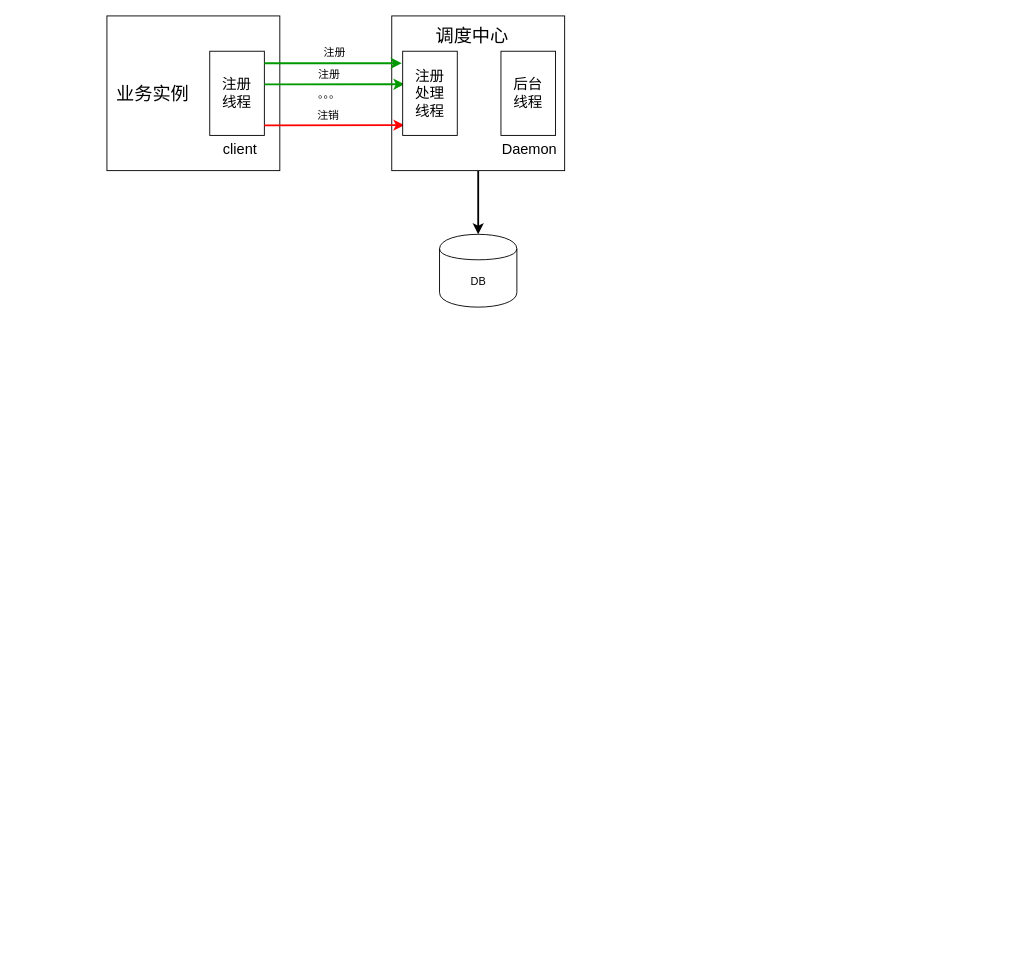
waterystone/draw_io keeps this draw.io diagram as zz/zzschedule/zzschedule.drawio. Above is the earlier version. Source tidied: cells renumbered, new cells numbered last; positions are measured from the earlier drawing's top-left corner, leaving out a move shared by most shapes. Both pictures are drawn from the tidied source at 91%, with x=0, y=0 at pixel (106, 15).
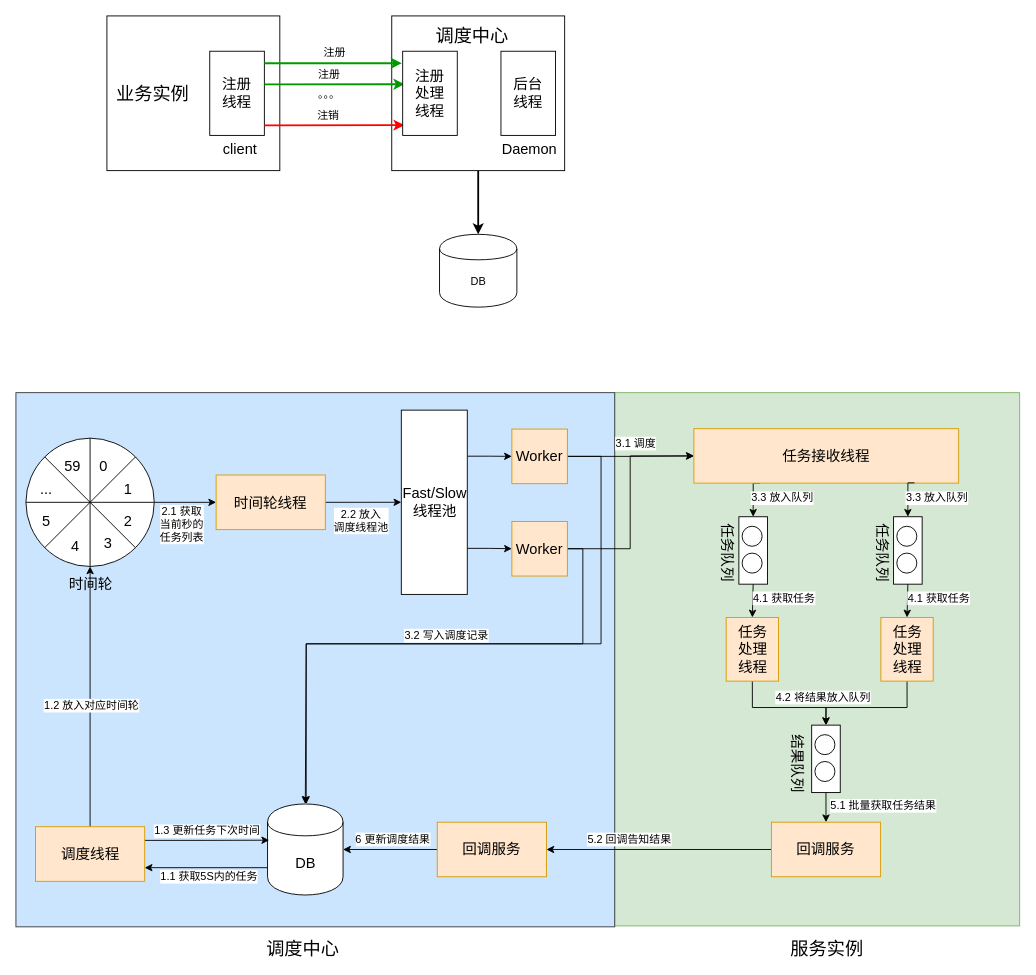
After the change.

What changed in the source:
```diff
@@
+    <mxCell id="20" style="rounded=0;whiteSpace=wrap;html=1;strokeColor=#82b366;strokeWidth=1;fillColor=#d5e8d4;" parent="1" vertex="1">
+      <mxGeometry x="558" y="414" width="445" height="586" as="geometry" />
+    </mxCell>
+    <mxCell id="21" style="rounded=0;whiteSpace=wrap;html=1;strokeColor=#36393d;strokeWidth=1;fillColor=#cce5ff;" parent="1" vertex="1">
+      <mxGeometry x="-100" y="414" width="658" height="587" as="geometry" />
+    </mxCell>
@@
+    <mxCell id="22" style="edgeStyle=orthogonalEdgeStyle;rounded=0;jettySize=auto;html=1;exitX=0;exitY=0.7;exitDx=0;exitDy=0;entryX=1;entryY=0.75;entryDx=0;entryDy=0;strokeColor=#000000;strokeWidth=1;" parent="1" edge="1" source="24" target="29">
+      <mxGeometry relative="1" as="geometry" />
+    </mxCell>
+    <mxCell id="23" value="1.1 获取5S内的任务" style="text;html=1;align=center;verticalAlign=middle;labelBackgroundColor=#ffffff;" parent="22" vertex="1">
+      <mxGeometry x="-0.06" y="4" relative="1" as="geometry">
+        <mxPoint x="-1.9" y="5.7" as="offset" />
+      </mxGeometry>
+    </mxCell>
+    <mxCell id="24" value="&lt;font style=&quot;font-size: 16px&quot;&gt;DB&lt;/font&gt;" style="shape=cylinder;whiteSpace=wrap;html=1;boundedLbl=1;backgroundOutline=1;" parent="1" vertex="1">
+      <mxGeometry x="176.5" y="866" width="83" height="100" as="geometry" />
+    </mxCell>
+    <mxCell id="25" style="edgeStyle=orthogonalEdgeStyle;rounded=0;jettySize=auto;html=1;exitX=0.5;exitY=0;exitDx=0;exitDy=0;entryX=0.5;entryY=1;entryDx=0;entryDy=0;entryPerimeter=0;strokeColor=#000000;strokeWidth=1;" parent="1" edge="1" source="29" target="32">
+      <mxGeometry relative="1" as="geometry" />
+    </mxCell>
+    <mxCell id="26" value="1.2 放入对应时间轮" style="text;html=1;align=center;verticalAlign=middle;labelBackgroundColor=#ffffff;" parent="25" vertex="1">
+      <mxGeometry x="-0.35" y="2" relative="1" as="geometry">
+        <mxPoint x="2.6" y="-40.9" as="offset" />
+      </mxGeometry>
+    </mxCell>
+    <mxCell id="27" style="edgeStyle=orthogonalEdgeStyle;rounded=0;jettySize=auto;html=1;exitX=1;exitY=0.25;exitDx=0;exitDy=0;entryX=0.022;entryY=0.398;entryDx=0;entryDy=0;entryPerimeter=0;strokeColor=#000000;strokeWidth=1;" parent="1" edge="1" source="29" target="24">
+      <mxGeometry relative="1" as="geometry" />
+    </mxCell>
+    <mxCell id="28" value="1.3 更新任务下次时间" style="text;html=1;align=center;verticalAlign=middle;labelBackgroundColor=#ffffff;" parent="27" vertex="1">
+      <mxGeometry x="-0.29" y="-1" relative="1" as="geometry">
+        <mxPoint x="18.6" y="-11.8" as="offset" />
+      </mxGeometry>
+    </mxCell>
+    <mxCell id="29" value="&lt;font style=&quot;font-size: 16px&quot;&gt;调度线程&lt;/font&gt;" style="rounded=0;whiteSpace=wrap;html=1;strokeColor=#d79b00;fillColor=#ffe6cc;" parent="1" vertex="1">
+      <mxGeometry x="-78.5" y="891" width="120" height="60" as="geometry" />
+    </mxCell>
+    <mxCell id="30" style="edgeStyle=orthogonalEdgeStyle;rounded=0;jettySize=auto;html=1;entryX=0;entryY=0.5;entryDx=0;entryDy=0;strokeColor=#000000;strokeWidth=1;" parent="1" edge="1" source="32" target="46">
+      <mxGeometry relative="1" as="geometry" />
+    </mxCell>
+    <mxCell id="31" value="2.1 获取&lt;br&gt;当前秒的&lt;br&gt;任务列表" style="text;html=1;align=center;verticalAlign=middle;labelBackgroundColor=#ffffff;" parent="30" vertex="1">
+      <mxGeometry x="0.01" y="-2" relative="1" as="geometry">
+        <mxPoint x="-4.1" y="21.8" as="offset" />
+      </mxGeometry>
+    </mxCell>
+    <mxCell id="32" style="verticalLabelPosition=bottom;verticalAlign=top;html=1;shape=mxgraph.flowchart.summing_function;" parent="1" vertex="1">
+      <mxGeometry x="-89" y="464" width="141" height="141" as="geometry" />
+    </mxCell>
+    <mxCell id="33" style="endArrow=none;html=1;strokeColor=#000000;strokeWidth=1;exitX=0.145;exitY=0.855;exitDx=0;exitDy=0;exitPerimeter=0;entryX=0.855;entryY=0.145;entryDx=0;entryDy=0;entryPerimeter=0;" parent="1" edge="1" source="32" target="32">
+      <mxGeometry relative="1" as="geometry" />
+    </mxCell>
+    <mxCell id="34" style="endArrow=none;html=1;strokeColor=#000000;strokeWidth=1;exitX=0.145;exitY=0.145;exitDx=0;exitDy=0;exitPerimeter=0;entryX=0.855;entryY=0.855;entryDx=0;entryDy=0;entryPerimeter=0;" parent="1" edge="1" source="32" target="32">
+      <mxGeometry relative="1" as="geometry" />
+    </mxCell>
+    <mxCell id="35" value="&lt;font style=&quot;font-size: 16px&quot;&gt;0&lt;/font&gt;" style="text;html=1;align=center;verticalAlign=middle;" parent="1" vertex="1">
+      <mxGeometry x="-14" y="485" width="19" height="19" as="geometry" />
+    </mxCell>
+    <mxCell id="36" value="&lt;font style=&quot;font-size: 16px&quot;&gt;1&lt;/font&gt;" style="text;html=1;align=center;verticalAlign=middle;" parent="1" vertex="1">
+      <mxGeometry x="13" y="510" width="19" height="19" as="geometry" />
+    </mxCell>
+    <mxCell id="37" value="&lt;font style=&quot;font-size: 16px&quot;&gt;2&lt;/font&gt;" style="text;html=1;align=center;verticalAlign=middle;" parent="1" vertex="1">
+      <mxGeometry x="13" y="545" width="19" height="19" as="geometry" />
+    </mxCell>
+    <mxCell id="38" value="&lt;font style=&quot;font-size: 16px&quot;&gt;3&lt;/font&gt;" style="text;html=1;align=center;verticalAlign=middle;" parent="1" vertex="1">
+      <mxGeometry x="-9" y="569" width="19" height="19" as="geometry" />
+    </mxCell>
+    <mxCell id="39" value="&lt;font style=&quot;font-size: 16px&quot;&gt;4&lt;/font&gt;" style="text;html=1;align=center;verticalAlign=middle;" parent="1" vertex="1">
+      <mxGeometry x="-44.5" y="573" width="19" height="19" as="geometry" />
+    </mxCell>
+    <mxCell id="40" value="&lt;font style=&quot;font-size: 16px&quot;&gt;5&lt;/font&gt;" style="text;html=1;align=center;verticalAlign=middle;" parent="1" vertex="1">
+      <mxGeometry x="-77" y="545" width="19" height="19" as="geometry" />
+    </mxCell>
+    <mxCell id="41" value="&lt;span style=&quot;font-size: 16px&quot;&gt;...&lt;/span&gt;" style="text;html=1;align=center;verticalAlign=middle;" parent="1" vertex="1">
+      <mxGeometry x="-79" y="510" width="23" height="19" as="geometry" />
+    </mxCell>
+    <mxCell id="42" value="&lt;font style=&quot;font-size: 16px&quot;&gt;59&lt;/font&gt;" style="text;html=1;align=center;verticalAlign=middle;" parent="1" vertex="1">
+      <mxGeometry x="-52" y="485" width="28" height="19" as="geometry" />
+    </mxCell>
+    <mxCell id="43" value="&lt;span style=&quot;font-size: 16px&quot;&gt;时间轮&lt;/span&gt;" style="text;html=1;align=center;verticalAlign=middle;" parent="1" vertex="1">
+      <mxGeometry x="-47.5" y="614" width="58" height="19" as="geometry" />
+    </mxCell>
+    <mxCell id="44" style="edgeStyle=orthogonalEdgeStyle;rounded=0;jettySize=auto;html=1;exitX=1;exitY=0.5;exitDx=0;exitDy=0;entryX=0;entryY=0.5;entryDx=0;entryDy=0;strokeColor=#000000;strokeWidth=1;" parent="1" edge="1" source="46" target="49">
+      <mxGeometry relative="1" as="geometry" />
+    </mxCell>
+    <mxCell id="45" value="2.2 放入&lt;br&gt;调度线程池" style="text;html=1;align=center;verticalAlign=middle;labelBackgroundColor=#ffffff;" parent="44" vertex="1">
+      <mxGeometry x="-0.15" y="2" relative="1" as="geometry">
+        <mxPoint x="3.9" y="22.3" as="offset" />
+      </mxGeometry>
+    </mxCell>
+    <mxCell id="46" value="&lt;font style=&quot;font-size: 16px&quot;&gt;时间轮线程&lt;/font&gt;" style="rounded=0;whiteSpace=wrap;html=1;strokeColor=#d79b00;fillColor=#ffe6cc;" parent="1" vertex="1">
+      <mxGeometry x="120" y="504.5" width="120" height="60" as="geometry" />
+    </mxCell>
+    <mxCell id="47" style="edgeStyle=orthogonalEdgeStyle;rounded=0;jettySize=auto;html=1;exitX=1;exitY=0.25;exitDx=0;exitDy=0;entryX=0;entryY=0.5;entryDx=0;entryDy=0;strokeColor=#000000;strokeWidth=1;" parent="1" edge="1" source="49" target="52">
+      <mxGeometry relative="1" as="geometry" />
+    </mxCell>
+    <mxCell id="48" style="edgeStyle=orthogonalEdgeStyle;rounded=0;jettySize=auto;html=1;exitX=1;exitY=0.75;exitDx=0;exitDy=0;entryX=0;entryY=0.5;entryDx=0;entryDy=0;strokeColor=#000000;strokeWidth=1;" parent="1" edge="1" source="49" target="65">
+      <mxGeometry relative="1" as="geometry" />
+    </mxCell>
+    <mxCell id="49" value="&lt;font style=&quot;font-size: 16px&quot;&gt;Fast/Slow线程池&lt;/font&gt;" style="rounded=0;whiteSpace=wrap;html=1;strokeColor=#000000;" parent="1" vertex="1">
+      <mxGeometry x="323.5" y="433.2" width="72.5" height="202.5" as="geometry" />
+    </mxCell>
+    <mxCell id="50" style="edgeStyle=orthogonalEdgeStyle;rounded=0;jettySize=auto;html=1;exitX=1;exitY=0.5;exitDx=0;exitDy=0;entryX=0;entryY=0.5;entryDx=0;entryDy=0;strokeColor=#000000;strokeWidth=1;" parent="1" edge="1" source="52" target="55">
+      <mxGeometry relative="1" as="geometry" />
+    </mxCell>
+    <mxCell id="51" style="edgeStyle=orthogonalEdgeStyle;rounded=0;jettySize=auto;html=1;exitX=1;exitY=0.5;exitDx=0;exitDy=0;strokeColor=#000000;strokeWidth=1;" parent="1" edge="1" source="52" target="24">
+      <mxGeometry relative="1" as="geometry">
+        <Array as="points">
+          <mxPoint x="543" y="484" />
+          <mxPoint x="543" y="690" />
+          <mxPoint x="219" y="690" />
+        </Array>
+      </mxGeometry>
+    </mxCell>
+    <mxCell id="52" value="&lt;font style=&quot;font-size: 16px&quot;&gt;Worker&lt;/font&gt;" style="rounded=0;whiteSpace=wrap;html=1;strokeColor=#d79b00;fillColor=#ffe6cc;" parent="1" vertex="1">
+      <mxGeometry x="445" y="454" width="61" height="60" as="geometry" />
+    </mxCell>
+    <mxCell id="53" style="edgeStyle=orthogonalEdgeStyle;rounded=0;jettySize=auto;html=1;exitX=0.25;exitY=1;exitDx=0;exitDy=0;entryX=1;entryY=0.5;entryDx=0;entryDy=0;strokeColor=#000000;strokeWidth=1;" parent="1" edge="1" source="55" target="67">
+      <mxGeometry relative="1" as="geometry" />
+    </mxCell>
+    <mxCell id="54" value="3.3 放入队列" style="text;html=1;align=center;verticalAlign=middle;labelBackgroundColor=#ffffff;" parent="53" vertex="1">
+      <mxGeometry x="-0.16" y="-1" relative="1" as="geometry">
+        <mxPoint x="32.6" y="4.2" as="offset" />
+      </mxGeometry>
+    </mxCell>
+    <mxCell id="55" value="&lt;span style=&quot;font-size: 16px&quot;&gt;任务接收线程&lt;br&gt;&lt;/span&gt;" style="rounded=0;whiteSpace=wrap;html=1;strokeColor=#d79b00;fillColor=#ffe6cc;" parent="1" vertex="1">
+      <mxGeometry x="645" y="453.6" width="291" height="59.8" as="geometry" />
+    </mxCell>
+    <mxCell id="56" style="edgeStyle=orthogonalEdgeStyle;rounded=0;jettySize=auto;html=1;exitX=0.5;exitY=1;exitDx=0;exitDy=0;entryX=1;entryY=0.5;entryDx=0;entryDy=0;strokeColor=#000000;strokeWidth=1;" parent="1" edge="1" source="57" target="72">
+      <mxGeometry relative="1" as="geometry">
+        <Array as="points">
+          <mxPoint x="709" y="760" />
+          <mxPoint x="790" y="760" />
+        </Array>
+      </mxGeometry>
+    </mxCell>
+    <mxCell id="57" value="&lt;span style=&quot;font-size: 16px&quot;&gt;任务&lt;br&gt;处理&lt;br&gt;线程&lt;br&gt;&lt;/span&gt;" style="rounded=0;whiteSpace=wrap;html=1;strokeColor=#d79b00;fillColor=#ffe6cc;" parent="1" vertex="1">
+      <mxGeometry x="680.5" y="661" width="57.5" height="70" as="geometry" />
+    </mxCell>
+    <mxCell id="58" style="edgeStyle=orthogonalEdgeStyle;rounded=0;jettySize=auto;html=1;exitX=0;exitY=0.5;exitDx=0;exitDy=0;entryX=1;entryY=0.5;entryDx=0;entryDy=0;strokeColor=#000000;strokeWidth=1;" parent="1" edge="1" source="60" target="24">
+      <mxGeometry relative="1" as="geometry" />
+    </mxCell>
+    <mxCell id="59" value="6 更新调度结果" style="text;html=1;align=center;verticalAlign=middle;labelBackgroundColor=#ffffff;" parent="58" vertex="1">
+      <mxGeometry x="0.13" y="-5" relative="1" as="geometry">
+        <mxPoint x="8.5" y="-6.6" as="offset" />
+      </mxGeometry>
+    </mxCell>
+    <mxCell id="60" value="&lt;font style=&quot;font-size: 16px&quot;&gt;回调服务&lt;/font&gt;" style="rounded=0;whiteSpace=wrap;html=1;strokeColor=#d79b00;fillColor=#ffe6cc;" parent="1" vertex="1">
+      <mxGeometry x="363" y="886" width="120" height="60" as="geometry" />
+    </mxCell>
+    <mxCell id="61" style="edgeStyle=orthogonalEdgeStyle;rounded=0;jettySize=auto;html=1;exitX=1;exitY=0.5;exitDx=0;exitDy=0;entryX=0;entryY=0.5;entryDx=0;entryDy=0;strokeColor=#000000;strokeWidth=1;" parent="1" edge="1" source="65" target="55">
+      <mxGeometry relative="1" as="geometry">
+        <Array as="points">
+          <mxPoint x="575" y="585" />
+          <mxPoint x="575" y="484" />
+        </Array>
+      </mxGeometry>
+    </mxCell>
+    <mxCell id="62" value="3.1 调度" style="text;html=1;align=center;verticalAlign=middle;labelBackgroundColor=#ffffff;" parent="61" vertex="1">
+      <mxGeometry x="0.59" y="1" relative="1" as="geometry">
+        <mxPoint x="-15.1" y="-12.7" as="offset" />
+      </mxGeometry>
+    </mxCell>
+    <mxCell id="63" style="edgeStyle=orthogonalEdgeStyle;rounded=0;jettySize=auto;html=1;exitX=1;exitY=0.5;exitDx=0;exitDy=0;entryX=0.5;entryY=0;entryDx=0;entryDy=0;strokeColor=#000000;strokeWidth=1;" parent="1" edge="1" source="65" target="24">
+      <mxGeometry relative="1" as="geometry">
+        <Array as="points">
+          <mxPoint x="523" y="585" />
+          <mxPoint x="523" y="690" />
+          <mxPoint x="219" y="690" />
+        </Array>
+      </mxGeometry>
+    </mxCell>
+    <mxCell id="64" value="3.2 写入调度记录" style="text;html=1;align=center;verticalAlign=middle;labelBackgroundColor=#ffffff;" parent="63" vertex="1">
+      <mxGeometry x="-0.2" y="-1" relative="1" as="geometry">
+        <mxPoint x="-31.5" y="-8.5" as="offset" />
+      </mxGeometry>
+    </mxCell>
+    <mxCell id="65" value="&lt;font style=&quot;font-size: 16px&quot;&gt;Worker&lt;/font&gt;" style="rounded=0;whiteSpace=wrap;html=1;strokeColor=#d79b00;fillColor=#ffe6cc;" parent="1" vertex="1">
+      <mxGeometry x="445" y="555.5" width="61" height="60" as="geometry" />
+    </mxCell>
+    <mxCell id="66" style="group;" parent="1" vertex="1">
+      <mxGeometry x="673.1" y="560.8" width="74.1" height="51.5" as="geometry" />
+    </mxCell>
+    <mxCell id="67" style="rounded=0;whiteSpace=wrap;html=1;strokeColor=#000000;strokeWidth=1;rotation=-90;" parent="66" vertex="1">
+      <mxGeometry y="10.9" width="74.1" height="31.4" as="geometry" />
+    </mxCell>
+    <mxCell id="68" style="ellipse;whiteSpace=wrap;html=1;strokeColor=#000000;strokeWidth=1;rotation=-90;" parent="66" vertex="1">
+      <mxGeometry x="24.9" y="29.5" width="22" height="22" as="geometry" />
+    </mxCell>
+    <mxCell id="69" style="ellipse;whiteSpace=wrap;html=1;strokeColor=#000000;strokeWidth=1;rotation=-90;" parent="66" vertex="1">
+      <mxGeometry x="24.9" width="22" height="22" as="geometry" />
+    </mxCell>
+    <mxCell id="70" value="&lt;span style=&quot;font-size: 16px&quot;&gt;任务队列&lt;/span&gt;" style="text;html=1;align=center;verticalAlign=middle;rotation=90;" parent="66" vertex="1">
+      <mxGeometry x="-27.1" y="19.2" width="74" height="19" as="geometry" />
+    </mxCell>
+    <mxCell id="71" style="group;" parent="1" vertex="1">
+      <mxGeometry x="753.1" y="789.8" width="74.1" height="51.5" as="geometry" />
+    </mxCell>
+    <mxCell id="72" style="rounded=0;whiteSpace=wrap;html=1;strokeColor=#000000;strokeWidth=1;rotation=-90;" parent="71" vertex="1">
+      <mxGeometry y="10.9" width="74.1" height="31.4" as="geometry" />
+    </mxCell>
+    <mxCell id="73" style="ellipse;whiteSpace=wrap;html=1;strokeColor=#000000;strokeWidth=1;rotation=-90;" parent="71" vertex="1">
+      <mxGeometry x="24.9" y="29.5" width="22" height="22" as="geometry" />
+    </mxCell>
+    <mxCell id="74" style="ellipse;whiteSpace=wrap;html=1;strokeColor=#000000;strokeWidth=1;rotation=-90;" parent="71" vertex="1">
+      <mxGeometry x="24.9" width="22" height="22" as="geometry" />
+    </mxCell>
+    <mxCell id="75" value="&lt;span style=&quot;font-size: 16px&quot;&gt;结果队列&lt;/span&gt;" style="text;html=1;align=center;verticalAlign=middle;rotation=90;" parent="71" vertex="1">
+      <mxGeometry x="-31.1" y="22" width="74" height="19" as="geometry" />
+    </mxCell>
+    <mxCell id="76" style="edgeStyle=orthogonalEdgeStyle;rounded=0;jettySize=auto;html=1;exitX=0;exitY=0.5;exitDx=0;exitDy=0;entryX=1;entryY=0.5;entryDx=0;entryDy=0;strokeColor=#000000;strokeWidth=1;" parent="1" edge="1" source="78" target="60">
+      <mxGeometry relative="1" as="geometry" />
+    </mxCell>
+    <mxCell id="77" value="5.2 回调告知结果" style="text;html=1;align=center;verticalAlign=middle;labelBackgroundColor=#ffffff;" parent="76" vertex="1">
+      <mxGeometry x="0.12" y="-4" relative="1" as="geometry">
+        <mxPoint x="-18.5" y="-7.6" as="offset" />
+      </mxGeometry>
+    </mxCell>
+    <mxCell id="78" value="&lt;font style=&quot;font-size: 16px&quot;&gt;回调服务&lt;/font&gt;" style="rounded=0;whiteSpace=wrap;html=1;strokeColor=#d79b00;fillColor=#ffe6cc;" parent="1" vertex="1">
+      <mxGeometry x="730.2" y="886" width="120" height="60" as="geometry" />
+    </mxCell>
+    <mxCell id="79" style="edgeStyle=orthogonalEdgeStyle;rounded=0;jettySize=auto;html=1;exitX=0;exitY=0.5;exitDx=0;exitDy=0;entryX=0.5;entryY=0;entryDx=0;entryDy=0;strokeColor=#000000;strokeWidth=1;" parent="1" edge="1" source="67" target="57">
+      <mxGeometry relative="1" as="geometry" />
+    </mxCell>
+    <mxCell id="80" value="4.1 获取任务" style="text;html=1;align=center;verticalAlign=middle;labelBackgroundColor=#ffffff;" parent="79" vertex="1">
+      <mxGeometry x="-0.12" relative="1" as="geometry">
+        <mxPoint x="33.8" y="-1.1" as="offset" />
+      </mxGeometry>
+    </mxCell>
+    <mxCell id="81" style="edgeStyle=orthogonalEdgeStyle;rounded=0;jettySize=auto;html=1;exitX=0.25;exitY=1;exitDx=0;exitDy=0;entryX=1;entryY=0.5;entryDx=0;entryDy=0;strokeColor=#000000;strokeWidth=1;" parent="1" edge="1" target="86">
+      <mxGeometry relative="1" as="geometry">
+        <mxPoint x="887.4" y="513.1" as="sourcePoint" />
+      </mxGeometry>
+    </mxCell>
+    <mxCell id="82" value="3.3 放入队列" style="text;html=1;align=center;verticalAlign=middle;labelBackgroundColor=#ffffff;" parent="81" vertex="1">
+      <mxGeometry x="-0.16" y="-1" relative="1" as="geometry">
+        <mxPoint x="32.6" y="4.2" as="offset" />
+      </mxGeometry>
+    </mxCell>
+    <mxCell id="83" style="edgeStyle=orthogonalEdgeStyle;rounded=0;jettySize=auto;html=1;exitX=0.5;exitY=1;exitDx=0;exitDy=0;entryX=1;entryY=0.5;entryDx=0;entryDy=0;strokeColor=#000000;strokeWidth=1;" parent="1" edge="1" source="84" target="72">
+      <mxGeometry relative="1" as="geometry">
+        <Array as="points">
+          <mxPoint x="880" y="760" />
+          <mxPoint x="790" y="760" />
+        </Array>
+      </mxGeometry>
+    </mxCell>
+    <mxCell id="84" value="&lt;span style=&quot;font-size: 16px&quot;&gt;任务&lt;br&gt;处理&lt;br&gt;线程&lt;br&gt;&lt;/span&gt;" style="rounded=0;whiteSpace=wrap;html=1;strokeColor=#d79b00;fillColor=#ffe6cc;" parent="1" vertex="1">
+      <mxGeometry x="850.5" y="661" width="57.5" height="70" as="geometry" />
+    </mxCell>
+    <mxCell id="85" style="group;" parent="1" vertex="1">
+      <mxGeometry x="843.1" y="560.8" width="74.1" height="51.5" as="geometry" />
+    </mxCell>
+    <mxCell id="86" style="rounded=0;whiteSpace=wrap;html=1;strokeColor=#000000;strokeWidth=1;rotation=-90;" parent="85" vertex="1">
+      <mxGeometry y="10.9" width="74.1" height="31.4" as="geometry" />
+    </mxCell>
+    <mxCell id="87" style="ellipse;whiteSpace=wrap;html=1;strokeColor=#000000;strokeWidth=1;rotation=-90;" parent="85" vertex="1">
+      <mxGeometry x="24.9" y="29.5" width="22" height="22" as="geometry" />
+    </mxCell>
+    <mxCell id="88" style="ellipse;whiteSpace=wrap;html=1;strokeColor=#000000;strokeWidth=1;rotation=-90;" parent="85" vertex="1">
+      <mxGeometry x="24.9" width="22" height="22" as="geometry" />
+    </mxCell>
+    <mxCell id="89" value="&lt;span style=&quot;font-size: 16px&quot;&gt;任务队列&lt;/span&gt;" style="text;html=1;align=center;verticalAlign=middle;rotation=90;" parent="85" vertex="1">
+      <mxGeometry x="-27.1" y="19.2" width="74" height="19" as="geometry" />
+    </mxCell>
+    <mxCell id="90" style="edgeStyle=orthogonalEdgeStyle;rounded=0;jettySize=auto;html=1;exitX=0;exitY=0.5;exitDx=0;exitDy=0;entryX=0.5;entryY=0;entryDx=0;entryDy=0;strokeColor=#000000;strokeWidth=1;" parent="1" edge="1" source="86" target="84">
+      <mxGeometry relative="1" as="geometry" />
+    </mxCell>
+    <mxCell id="91" value="4.1 获取任务" style="text;html=1;align=center;verticalAlign=middle;labelBackgroundColor=#ffffff;" parent="90" vertex="1">
+      <mxGeometry x="-0.12" relative="1" as="geometry">
+        <mxPoint x="33.8" y="-1.1" as="offset" />
+      </mxGeometry>
+    </mxCell>
+    <mxCell id="92" value="4.2 将结果放入队列" style="text;html=1;align=center;verticalAlign=middle;labelBackgroundColor=#ffffff;" parent="1" vertex="1">
+      <mxGeometry x="753.1" y="750" as="geometry">
+        <mxPoint x="33.8" y="-1.1" as="offset" />
+      </mxGeometry>
+    </mxCell>
+    <mxCell id="93" style="edgeStyle=orthogonalEdgeStyle;rounded=0;jettySize=auto;html=1;exitX=0;exitY=0.5;exitDx=0;exitDy=0;entryX=0.5;entryY=0;entryDx=0;entryDy=0;strokeColor=#000000;strokeWidth=1;" parent="1" edge="1" source="72" target="78">
+      <mxGeometry relative="1" as="geometry" />
+    </mxCell>
+    <mxCell id="94" value="5.1 批量获取任务结果" style="text;html=1;align=center;verticalAlign=middle;labelBackgroundColor=#ffffff;" parent="93" vertex="1">
+      <mxGeometry x="-0.23" y="-1" relative="1" as="geometry">
+        <mxPoint x="63.6" y="1.2" as="offset" />
+      </mxGeometry>
+    </mxCell>
+    <mxCell id="95" value="&lt;font style=&quot;font-size: 20px&quot;&gt;调度中心&lt;/font&gt;" style="text;html=1;align=center;verticalAlign=middle;" parent="1" vertex="1">
+      <mxGeometry x="165" y="1014" width="100" height="20" as="geometry" />
+    </mxCell>
+    <mxCell id="96" value="&lt;font style=&quot;font-size: 20px&quot;&gt;服务实例&lt;/font&gt;" style="text;html=1;align=center;verticalAlign=middle;" parent="1" vertex="1">
+      <mxGeometry x="740.5" y="1014" width="100" height="20" as="geometry" />
+    </mxCell>
```
